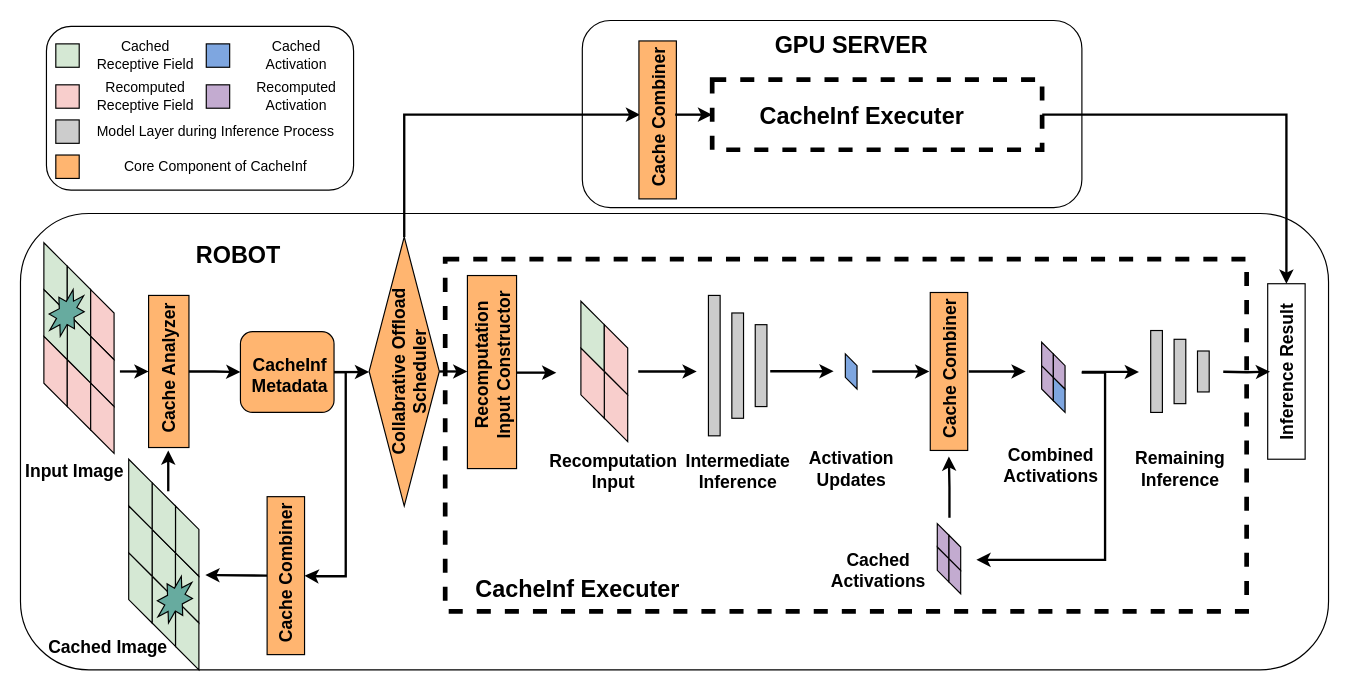
guanxiux/asplos2025 keeps this draw.io diagram as fig/overview_new_new.drawio. Above is the earlier version. Source tidied: cells renumbered, new cells numbered last; positions are measured from the earlier drawing's top-left corner, leaving out a move shared by most shapes. Both pictures are drawn from the tidied source at 117%, with x=0, y=0 at pixel (20, 20).
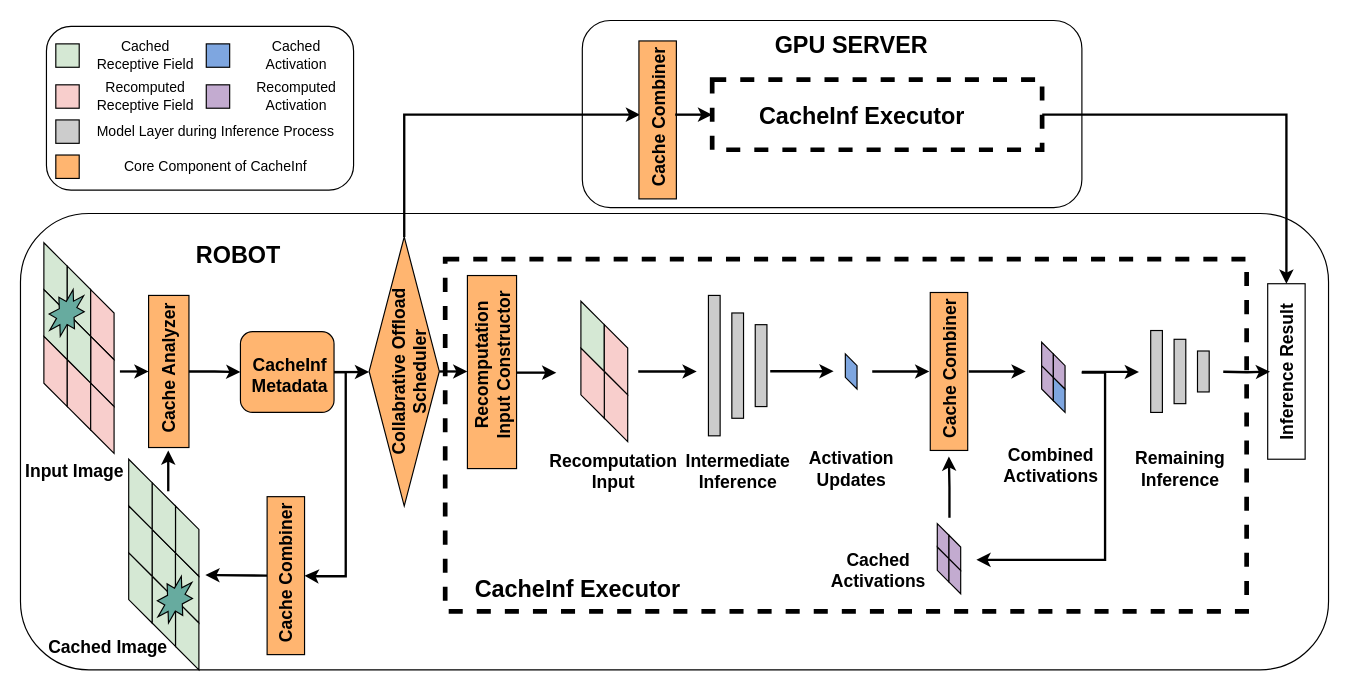
Above is the later version.

The edit, as a diff of the source:
```diff
@@
-    <mxCell id="75" value="&lt;font style=&quot;font-size: 20px;&quot;&gt;&lt;b&gt;CacheInf Executer&lt;/b&gt;&lt;/font&gt;" style="text;html=1;align=center;verticalAlign=middle;whiteSpace=wrap;rounded=0;" parent="1" vertex="1">
+    <mxCell id="75" value="&lt;font style=&quot;font-size: 20px;&quot;&gt;&lt;b&gt;CacheInf Executo&lt;/b&gt;&lt;/font&gt;&lt;b style=&quot;font-size: 20px; background-color: initial;&quot;&gt;r&lt;/b&gt;" style="text;html=1;align=center;verticalAlign=middle;whiteSpace=wrap;rounded=0;" parent="1" vertex="1">
       <mxGeometry x="365" y="470" width="223" height="30" as="geometry" />
     </mxCell>
@@
-    <mxCell id="81" value="&lt;font style=&quot;font-size: 20px;&quot;&gt;&lt;b&gt;CacheInf Executer&lt;/b&gt;&lt;/font&gt;" style="text;html=1;align=center;verticalAlign=middle;whiteSpace=wrap;rounded=0;" parent="1" vertex="1">
+    <mxCell id="81" value="&lt;font style=&quot;font-size: 20px;&quot;&gt;&lt;b&gt;CacheInf Executor&lt;/b&gt;&lt;/font&gt;" style="text;html=1;align=center;verticalAlign=middle;whiteSpace=wrap;rounded=0;" parent="1" vertex="1">
       <mxGeometry x="608.2" y="65.5" width="223" height="30" as="geometry" />
     </mxCell>
```
